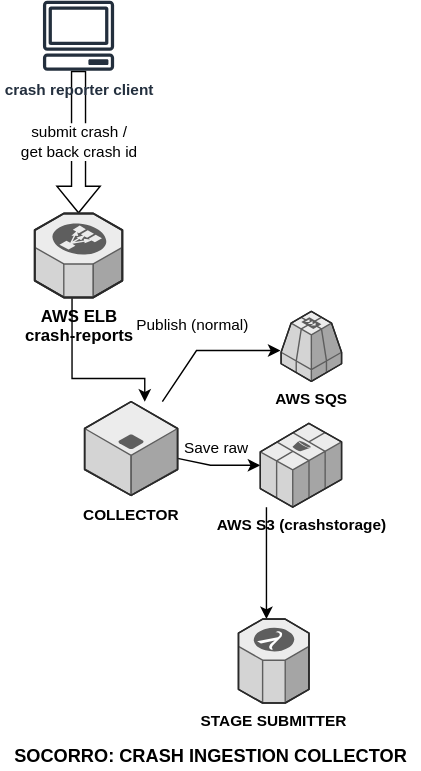
Before: docs/drawio/antenna_architecture.drawio.svg, a diagram exported from draw.io (mozilla-services/antenna). Source tidied: cells renumbered, new cells last; positions are measured from the earlier drawing's top-left corner, leaving out a move shared by most shapes.
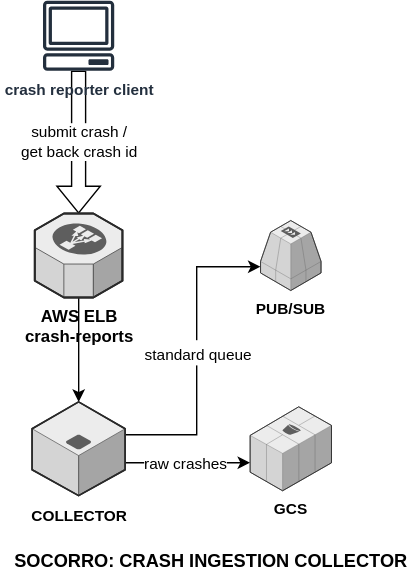
Later version of the same file.

Commit message:
bug-1933191: update architecture diagram for GCP

Diff of the diagram source:
```diff
@@ -5,47 +5,40 @@
     <mxCell id="2" value="submit crash / &lt;br&gt;get back crash id" style="shape=flexArrow;endArrow=classic;html=1;rounded=0;fillColor=default;startArrow=none;startFill=0;" parent="1" edge="1" source="7" target="10">
       <mxGeometry relative="1" as="geometry" />
     </mxCell>
-    <mxCell id="3" style="endArrow=classic;html=1;rounded=0;fontSize=15;" parent="1" edge="1" source="11">
+    <mxCell id="3" style="endArrow=classic;html=1;rounded=0;fontSize=15;edgeStyle=orthogonalEdgeStyle;" parent="1" edge="1" source="11" target="12">
       <mxGeometry relative="1" as="geometry">
-        <mxPoint x="200" y="250" as="targetPoint" />
         <Array as="points">
-          <mxPoint x="140" y="250" />
+          <mxPoint x="140" y="310" />
+          <mxPoint x="140" y="190" />
         </Array>
       </mxGeometry>
     </mxCell>
-    <mxCell id="4" value="&lt;font style=&quot;font-size: 11px&quot;&gt;Publish (normal)&lt;/font&gt;" style="edgeLabel;html=1;align=center;verticalAlign=middle;fontSize=15;" parent="3" vertex="1">
+    <mxCell id="4" value="&lt;font style=&quot;font-size: 11px&quot;&gt;standard queue&lt;br&gt;&lt;/font&gt;" style="edgeLabel;html=1;align=center;verticalAlign=middle;fontSize=15;" parent="3" vertex="1">
       <mxGeometry x="-0.16" y="2" relative="1" as="geometry">
-        <mxPoint x="-4" y="-19" as="offset" />
+        <mxPoint x="2" y="-20" as="offset" />
       </mxGeometry>
     </mxCell>
-    <mxCell id="5" style="endArrow=classic;html=1;rounded=0;fontSize=15;" parent="1" edge="1" source="11" target="14">
+    <mxCell id="5" style="endArrow=classic;html=1;rounded=0;fontSize=15;edgeStyle=orthogonalEdgeStyle;" parent="1" edge="1" source="11" target="14">
       <mxGeometry relative="1" as="geometry">
         <Array as="points">
-          <mxPoint x="150" y="332.1" />
+          <mxPoint x="150" y="330" />
+          <mxPoint x="150" y="330" />
         </Array>
       </mxGeometry>
     </mxCell>
-    <mxCell id="6" value="&lt;font style=&quot;font-size: 11px&quot;&gt;Save raw&lt;/font&gt;" style="edgeLabel;html=1;align=center;verticalAlign=middle;fontSize=15;" parent="5" vertex="1">
+    <mxCell id="6" value="&lt;font style=&quot;font-size: 11px&quot;&gt;raw crashes&lt;br&gt;&lt;/font&gt;" style="edgeLabel;html=1;align=center;verticalAlign=middle;fontSize=15;" parent="5" vertex="1">
       <mxGeometry x="-0.16" y="2" relative="1" as="geometry">
-        <mxPoint x="3" y="-13" as="offset" />
+        <mxPoint x="5" as="offset" />
       </mxGeometry>
     </mxCell>
     <mxCell id="7" value="&lt;font style=&quot;font-size: 11px&quot;&gt;&lt;b&gt;crash reporter client&lt;/b&gt;&lt;/font&gt;" style="sketch=0;outlineConnect=0;fontColor=#232F3E;gradientColor=none;fillColor=#232F3D;strokeColor=none;dashed=0;verticalLabelPosition=bottom;verticalAlign=top;align=center;html=1;fontSize=12;fontStyle=0;shape=mxgraph.aws4.client;" parent="1" vertex="1">
       <mxGeometry x="30" width="51.3" height="50" as="geometry" />
     </mxCell>
-    <mxCell id="8" style="edgeStyle=orthogonalEdgeStyle;rounded=0;jettySize=auto;html=1;" parent="1" edge="1" source="14" target="13">
-      <mxGeometry relative="1" as="geometry">
-        <Array as="points">
-          <mxPoint x="190" y="410.1" />
-          <mxPoint x="190" y="410.1" />
-        </Array>
-      </mxGeometry>
-    </mxCell>
     <mxCell id="9" style="edgeStyle=orthogonalEdgeStyle;rounded=0;jumpStyle=arc;jettySize=auto;html=1;fontSize=11;startArrow=none;startFill=0;" parent="1" edge="1" source="10" target="11">
       <mxGeometry relative="1" as="geometry">
         <Array as="points">
-          <mxPoint x="51" y="270" />
-          <mxPoint x="103" y="270" />
+          <mxPoint x="56" y="240" />
+          <mxPoint x="56" y="240" />
         </Array>
       </mxGeometry>
     </mxCell>
@@ -53,19 +46,16 @@
       <mxGeometry x="24.4" y="152" width="62.6" height="60" as="geometry" />
     </mxCell>
     <mxCell id="11" value="&lt;b&gt;&lt;font style=&quot;font-size: 11px&quot;&gt;COLLECTOR&lt;/font&gt;&lt;/b&gt;" style="verticalLabelPosition=bottom;html=1;verticalAlign=top;strokeWidth=1;align=center;outlineConnect=0;dashed=0;outlineConnect=0;shape=mxgraph.aws3d.application_server;fillColor=#ECECEC;strokeColor=#5E5E5E;" parent="1" vertex="1">
-      <mxGeometry x="60" y="286.6" width="66.5" height="67" as="geometry" />
+      <mxGeometry x="22.4" y="286.6" width="66.5" height="67" as="geometry" />
     </mxCell>
-    <mxCell id="12" value="&lt;b&gt;AWS SQS&lt;/b&gt;" style="verticalLabelPosition=bottom;html=1;verticalAlign=top;strokeWidth=1;align=center;outlineConnect=0;dashed=0;outlineConnect=0;shape=mxgraph.aws3d.sqs;fillColor=#ECECEC;strokeColor=#5E5E5E;fontSize=11;" parent="1" vertex="1">
-      <mxGeometry x="200.5" y="222" width="43.2" height="50" as="geometry" />
+    <mxCell id="12" value="&lt;b&gt;PUB/SUB&lt;/b&gt;" style="verticalLabelPosition=bottom;html=1;verticalAlign=top;strokeWidth=1;align=center;outlineConnect=0;dashed=0;outlineConnect=0;shape=mxgraph.aws3d.sqs;fillColor=#ECECEC;strokeColor=#5E5E5E;fontSize=11;" parent="1" vertex="1">
+      <mxGeometry x="185.6" y="157" width="43.2" height="50" as="geometry" />
     </mxCell>
-    <mxCell id="13" value="&lt;b&gt;STAGE SUBMITTER&lt;/b&gt;" style="verticalLabelPosition=bottom;html=1;verticalAlign=top;strokeWidth=1;align=center;outlineConnect=0;dashed=0;outlineConnect=0;shape=mxgraph.aws3d.lambda;fillColor=#ECECEC;strokeColor=#5E5E5E;fontSize=11;" parent="1" vertex="1">
-      <mxGeometry x="170" y="442" width="50.4" height="60" as="geometry" />
-    </mxCell>
-    <mxCell id="14" value="&lt;b&gt;AWS S3 (crashstorage)&lt;br&gt;&lt;/b&gt;" style="verticalLabelPosition=bottom;html=1;verticalAlign=top;strokeWidth=1;align=center;outlineConnect=0;dashed=0;outlineConnect=0;shape=mxgraph.aws3d.s3;fillColor=#ECECEC;strokeColor=#5E5E5E;fontSize=11;" parent="1" vertex="1">
-      <mxGeometry x="185.6" y="302" width="58.1" height="60" as="geometry" />
+    <mxCell id="14" value="&lt;b&gt;GCS&lt;br&gt;&lt;/b&gt;" style="verticalLabelPosition=bottom;html=1;verticalAlign=top;strokeWidth=1;align=center;outlineConnect=0;dashed=0;outlineConnect=0;shape=mxgraph.aws3d.s3;fillColor=#ECECEC;strokeColor=#5E5E5E;fontSize=11;" parent="1" vertex="1">
+      <mxGeometry x="178.2" y="290.1" width="58.1" height="60" as="geometry" />
     </mxCell>
     <mxCell id="15" value="&lt;b&gt;&lt;font style=&quot;font-size: 13px&quot;&gt;SOCORRO: CRASH INGESTION COLLECTOR&lt;/font&gt;&lt;/b&gt;" style="text;html=1;align=center;verticalAlign=middle;fillColor=none;strokeColor=none;rounded=0;fontSize=11;" parent="1" vertex="1">
-      <mxGeometry y="530" width="300" height="20" as="geometry" />
+      <mxGeometry y="390" width="300" height="20" as="geometry" />
     </mxCell>
   </root>
 </mxGraphModel>
```
